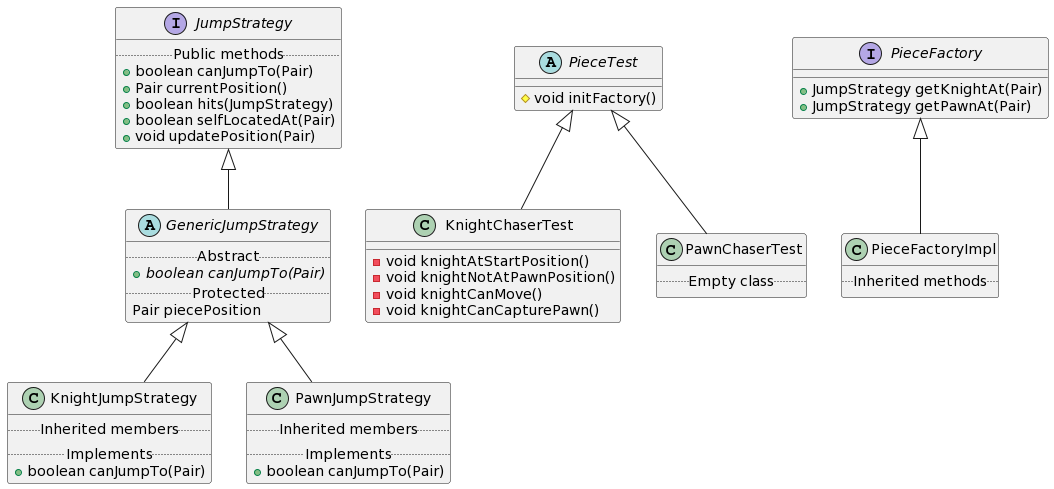
Before: src/e1/class-diagram-exercise1.png, a diagram exported from PlantUML (raz-m12/pps-22-23-lab01b). Source of this version:
```plantuml
@startuml
interface JumpStrategy {
  .. Public methods ..
  +boolean canJumpTo(Pair)
  +Pair currentPosition()
  +boolean hits(JumpStrategy)
  +boolean selfLocatedAt(Pair)
  +void updatePosition(Pair)
}
abstract class GenericJumpStrategy {
  .. Abstract ..
  + {abstract} boolean canJumpTo(Pair)
  .. Protected ..
  Pair piecePosition
}
class KnightJumpStrategy {
  .. Inherited members ..
  .. Implements ..
  + boolean canJumpTo(Pair)
}
class PawnJumpStrategy {
  .. Inherited members ..
  .. Implements ..
  + boolean canJumpTo(Pair)
}

JumpStrategy <|-- GenericJumpStrategy
GenericJumpStrategy <|-- KnightJumpStrategy
GenericJumpStrategy <|-- PawnJumpStrategy

abstract class PieceTest {
  # void initFactory()
}

class KnightChaserTest {
  - void knightAtStartPosition()
  - void knightNotAtPawnPosition()
  - void knightCanMove()
  - void knightCanCapturePawn()
}

class PawnChaserTest {
  .. Empty class ..
}


PieceTest <|-- KnightChaserTest

PieceTest <|-- PawnChaserTest


interface PieceFactory {
  + JumpStrategy getKnightAt(Pair)
  + JumpStrategy getPawnAt(Pair)
}

class PieceFactoryImpl {
  .. Inherited methods ..
}

PieceFactory <|-- PieceFactoryImpl
@enduml
```
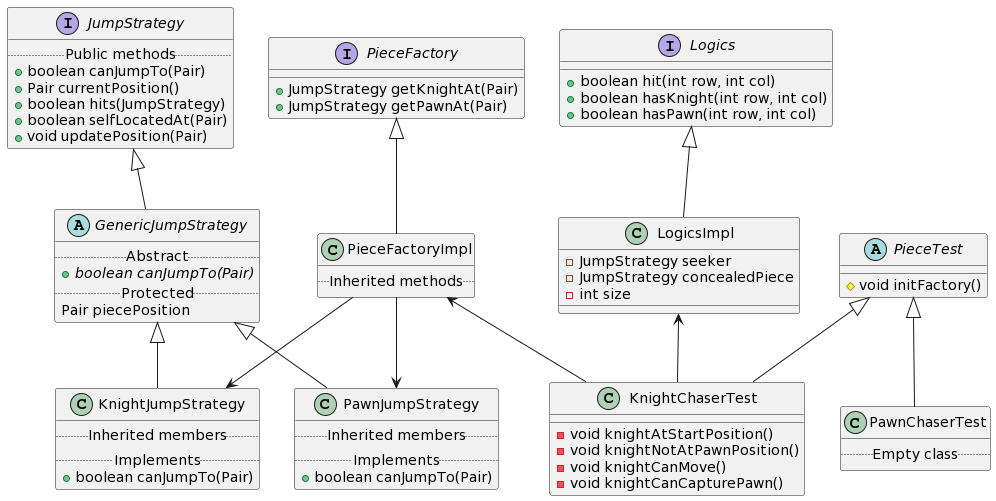
After the commit.

Commit message:
Update class diagram

The edit, as a diff of the source:
```diff
@@ -58,5 +58,23 @@
   .. Inherited methods ..
 }
 
+interface Logics {
+  + boolean hit(int row, int col)
+  + boolean hasKnight(int row, int col)
+  + boolean hasPawn(int row, int col)
+}
+
+class LogicsImpl {
+  - JumpStrategy seeker
+  - JumpStrategy concealedPiece
+  - int size
+}
+
 PieceFactory <|-- PieceFactoryImpl
+
+Logics <|-- LogicsImpl
+LogicsImpl <-- KnightChaserTest
+PieceFactoryImpl <-- KnightChaserTest
+PieceFactoryImpl --> PawnJumpStrategy
+PieceFactoryImpl --> KnightJumpStrategy
 @enduml
```
